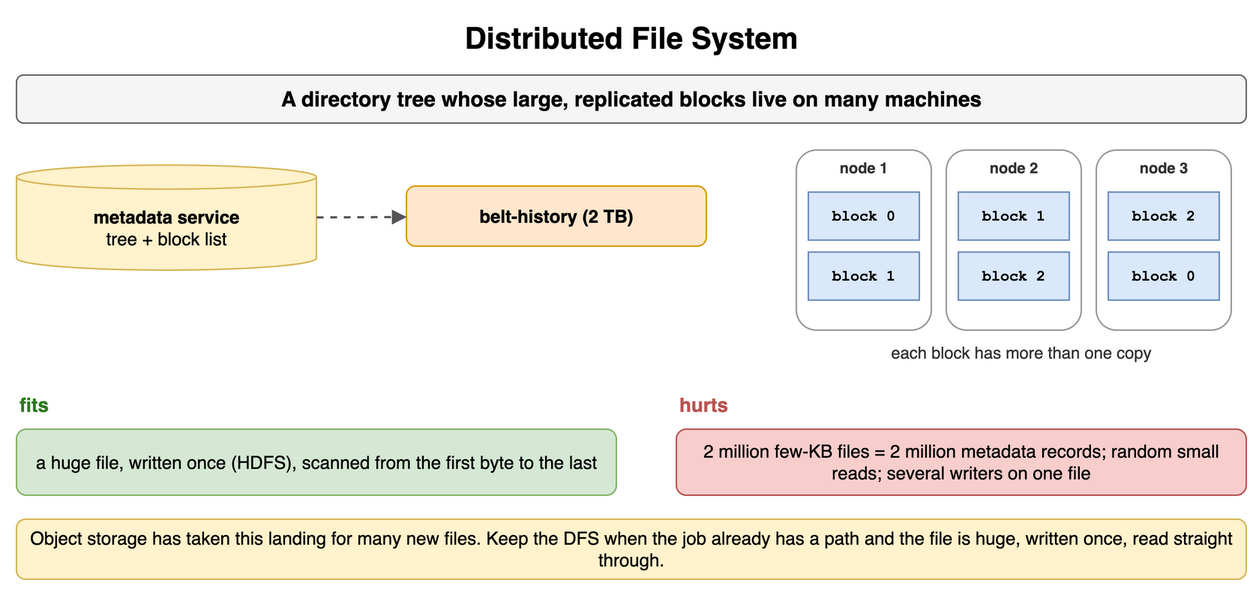
This is content/09_System_Design_Interview/13_Storage_and_Data_Processing_at_Scale/diagrams/storage-processing-3-distributed-file-system.png from amendez13/swe-study-guide, a draw.io export, as it was before one commit. Source tidied: cells renumbered, new cells last; positions are measured from the earlier drawing's top-left corner, leaving out a move shared by most shapes. The source it was exported from:
```xml
<mxGraphModel>
  <root>
    <mxCell id="0" />
    <mxCell id="1" parent="0" />
    <mxCell id="2" value="Distributed File System" style="text;html=1;align=center;verticalAlign=middle;whiteSpace=wrap;fontSize=20;fontStyle=1;" parent="1" vertex="1">
      <mxGeometry width="820" height="30" as="geometry" />
    </mxCell>
    <mxCell id="3" value="A directory tree whose large, replicated blocks live on many machines" style="rounded=1;whiteSpace=wrap;html=1;fillColor=#f5f5f5;strokeColor=#666666;fontStyle=1;fontSize=14;" parent="1" vertex="1">
      <mxGeometry y="40" width="820" height="32" as="geometry" />
    </mxCell>
    <mxCell id="4" value="metadata service&lt;br&gt;&lt;span style='font-weight:normal'&gt;tree + block list&lt;/span&gt;" style="shape=cylinder3;whiteSpace=wrap;html=1;boundedLbl=1;backgroundOutline=1;size=8;fillColor=#fff2cc;strokeColor=#d6b656;fontStyle=1;fontSize=12;" parent="1" vertex="1">
      <mxGeometry y="100" width="200" height="70" as="geometry" />
    </mxCell>
    <mxCell id="5" value="belt-history (2 TB)" style="rounded=1;whiteSpace=wrap;html=1;fillColor=#ffe6cc;strokeColor=#d79b00;fontSize=12;align=center;fontStyle=1;" parent="1" vertex="1">
      <mxGeometry x="260" y="114" width="200" height="40" as="geometry" />
    </mxCell>
    <mxCell id="6" style="endArrow=block;endSize=6;html=1;strokeWidth=1.5;strokeColor=#555555;fontSize=11;labelBackgroundColor=#ffffff;dashed=1;" parent="1" edge="1" source="4" target="5">
      <mxGeometry relative="1" as="geometry" />
    </mxCell>
    <mxCell id="7" style="rounded=1;whiteSpace=wrap;html=1;fillColor=#ffffff;strokeColor=#999999;fontSize=12;align=center;fontStyle=1;" parent="1" vertex="1">
      <mxGeometry x="520" y="90" width="90" height="120" as="geometry" />
    </mxCell>
    <mxCell id="8" value="node 1" style="text;html=1;whiteSpace=wrap;fontSize=11;align=center;verticalAlign=middle;fontSize=10;fontColor=#333333;fontStyle=1;" parent="1" vertex="1">
      <mxGeometry x="520" y="94" width="90" height="16" as="geometry" />
    </mxCell>
    <mxCell id="9" value="block 0" style="rounded=0;whiteSpace=wrap;html=1;fontFamily=Courier New;fontStyle=1;fontSize=13;fillColor=#dae8fc;strokeColor=#6c8ebf;fontSize=10;" parent="1" vertex="1">
      <mxGeometry x="528" y="118" width="74" height="32" as="geometry" />
    </mxCell>
    <mxCell id="10" value="block 1" style="rounded=0;whiteSpace=wrap;html=1;fontFamily=Courier New;fontStyle=1;fontSize=13;fillColor=#dae8fc;strokeColor=#6c8ebf;fontSize=10;" parent="1" vertex="1">
      <mxGeometry x="528" y="158" width="74" height="32" as="geometry" />
    </mxCell>
    <mxCell id="11" style="rounded=1;whiteSpace=wrap;html=1;fillColor=#ffffff;strokeColor=#999999;fontSize=12;align=center;fontStyle=1;" parent="1" vertex="1">
      <mxGeometry x="620" y="90" width="90" height="120" as="geometry" />
    </mxCell>
    <mxCell id="12" value="node 2" style="text;html=1;whiteSpace=wrap;fontSize=11;align=center;verticalAlign=middle;fontSize=10;fontColor=#333333;fontStyle=1;" parent="1" vertex="1">
      <mxGeometry x="620" y="94" width="90" height="16" as="geometry" />
    </mxCell>
    <mxCell id="13" value="block 1" style="rounded=0;whiteSpace=wrap;html=1;fontFamily=Courier New;fontStyle=1;fontSize=13;fillColor=#dae8fc;strokeColor=#6c8ebf;fontSize=10;" parent="1" vertex="1">
      <mxGeometry x="628" y="118" width="74" height="32" as="geometry" />
    </mxCell>
    <mxCell id="14" value="block 2" style="rounded=0;whiteSpace=wrap;html=1;fontFamily=Courier New;fontStyle=1;fontSize=13;fillColor=#dae8fc;strokeColor=#6c8ebf;fontSize=10;" parent="1" vertex="1">
      <mxGeometry x="628" y="158" width="74" height="32" as="geometry" />
    </mxCell>
    <mxCell id="15" style="rounded=1;whiteSpace=wrap;html=1;fillColor=#ffffff;strokeColor=#999999;fontSize=12;align=center;fontStyle=1;" parent="1" vertex="1">
      <mxGeometry x="720" y="90" width="90" height="120" as="geometry" />
    </mxCell>
    <mxCell id="16" value="node 3" style="text;html=1;whiteSpace=wrap;fontSize=11;align=center;verticalAlign=middle;fontSize=10;fontColor=#333333;fontStyle=1;" parent="1" vertex="1">
      <mxGeometry x="720" y="94" width="90" height="16" as="geometry" />
    </mxCell>
    <mxCell id="17" value="block 2" style="rounded=0;whiteSpace=wrap;html=1;fontFamily=Courier New;fontStyle=1;fontSize=13;fillColor=#dae8fc;strokeColor=#6c8ebf;fontSize=10;" parent="1" vertex="1">
      <mxGeometry x="728" y="118" width="74" height="32" as="geometry" />
    </mxCell>
    <mxCell id="18" value="block 0" style="rounded=0;whiteSpace=wrap;html=1;fontFamily=Courier New;fontStyle=1;fontSize=13;fillColor=#dae8fc;strokeColor=#6c8ebf;fontSize=10;" parent="1" vertex="1">
      <mxGeometry x="728" y="158" width="74" height="32" as="geometry" />
    </mxCell>
    <mxCell id="19" value="each block has more than one copy" style="text;html=1;whiteSpace=wrap;fontSize=11;align=center;verticalAlign=middle;fontSize=11;fontColor=#333333;" parent="1" vertex="1">
      <mxGeometry x="520" y="216" width="300" height="18" as="geometry" />
    </mxCell>
    <mxCell id="20" value="fits" style="text;html=1;whiteSpace=wrap;fontSize=11;align=left;verticalAlign=middle;fontSize=13;fontColor=#2d7a1f;fontStyle=1;" parent="1" vertex="1">
      <mxGeometry y="250" width="400" height="20" as="geometry" />
    </mxCell>
    <mxCell id="21" value="hurts" style="text;html=1;whiteSpace=wrap;fontSize=11;align=left;verticalAlign=middle;fontSize=13;fontColor=#b85450;fontStyle=1;" parent="1" vertex="1">
      <mxGeometry x="440" y="250" width="380" height="20" as="geometry" />
    </mxCell>
    <mxCell id="22" value="a huge file, written once (HDFS), scanned from the first byte to the last" style="rounded=1;whiteSpace=wrap;html=1;fillColor=#d5e8d4;strokeColor=#82b366;fontSize=12;align=center;" parent="1" vertex="1">
      <mxGeometry y="276" width="400" height="44" as="geometry" />
    </mxCell>
    <mxCell id="23" value="2 million few-KB files = 2 million metadata records; random small reads; several writers on one file" style="rounded=1;whiteSpace=wrap;html=1;fillColor=#f8cecc;strokeColor=#b85450;fontSize=12;align=center;" parent="1" vertex="1">
      <mxGeometry x="440" y="276" width="380" height="44" as="geometry" />
    </mxCell>
    <mxCell id="24" value="Object storage has taken this landing for many new files. Keep the DFS when the job already has a path and the file is huge, written once, read straight through." style="rounded=1;whiteSpace=wrap;html=1;fillColor=#fff2cc;strokeColor=#d6b656;fontSize=12;align=center;" parent="1" vertex="1">
      <mxGeometry y="336" width="820" height="40" as="geometry" />
    </mxCell>
  </root>
</mxGraphModel>
```
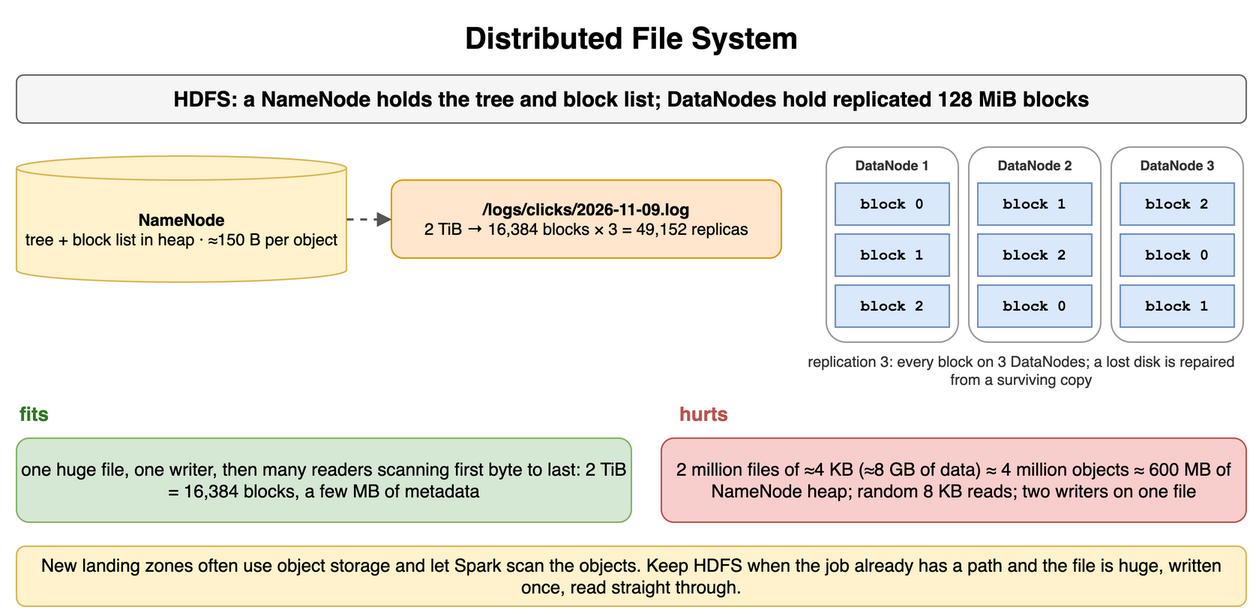
Later version of the same file.

What changed in the source:
```diff
@@ -5,71 +5,80 @@
     <mxCell id="2" value="Distributed File System" style="text;html=1;align=center;verticalAlign=middle;whiteSpace=wrap;fontSize=20;fontStyle=1;" parent="1" vertex="1">
       <mxGeometry width="820" height="30" as="geometry" />
     </mxCell>
-    <mxCell id="3" value="A directory tree whose large, replicated blocks live on many machines" style="rounded=1;whiteSpace=wrap;html=1;fillColor=#f5f5f5;strokeColor=#666666;fontStyle=1;fontSize=14;" parent="1" vertex="1">
+    <mxCell id="3" value="HDFS: a NameNode holds the tree and block list; DataNodes hold replicated 128 MiB blocks" style="rounded=1;whiteSpace=wrap;html=1;fillColor=#f5f5f5;strokeColor=#666666;fontStyle=1;fontSize=14;" parent="1" vertex="1">
       <mxGeometry y="40" width="820" height="32" as="geometry" />
     </mxCell>
-    <mxCell id="4" value="metadata service&lt;br&gt;&lt;span style='font-weight:normal'&gt;tree + block list&lt;/span&gt;" style="shape=cylinder3;whiteSpace=wrap;html=1;boundedLbl=1;backgroundOutline=1;size=8;fillColor=#fff2cc;strokeColor=#d6b656;fontStyle=1;fontSize=12;" parent="1" vertex="1">
-      <mxGeometry y="100" width="200" height="70" as="geometry" />
+    <mxCell id="4" value="NameNode&lt;br&gt;&lt;span style='font-weight:normal'&gt;tree + block list in heap · ≈150 B per object&lt;/span&gt;" style="shape=cylinder3;whiteSpace=wrap;html=1;boundedLbl=1;backgroundOutline=1;size=8;fillColor=#fff2cc;strokeColor=#d6b656;fontStyle=1;fontSize=11;" parent="1" vertex="1">
+      <mxGeometry y="94" width="220" height="84" as="geometry" />
     </mxCell>
-    <mxCell id="5" value="belt-history (2 TB)" style="rounded=1;whiteSpace=wrap;html=1;fillColor=#ffe6cc;strokeColor=#d79b00;fontSize=12;align=center;fontStyle=1;" parent="1" vertex="1">
-      <mxGeometry x="260" y="114" width="200" height="40" as="geometry" />
+    <mxCell id="5" value="/logs/clicks/2026-11-09.log&lt;br&gt;&lt;span style='font-weight:normal'&gt;2 TiB → 16,384 blocks × 3 = 49,152 replicas&lt;/span&gt;" style="rounded=1;whiteSpace=wrap;html=1;fillColor=#ffe6cc;strokeColor=#d79b00;fontSize=11;align=center;fontStyle=1;" parent="1" vertex="1">
+      <mxGeometry x="250" y="110" width="260" height="52" as="geometry" />
     </mxCell>
     <mxCell id="6" style="endArrow=block;endSize=6;html=1;strokeWidth=1.5;strokeColor=#555555;fontSize=11;labelBackgroundColor=#ffffff;dashed=1;" parent="1" edge="1" source="4" target="5">
       <mxGeometry relative="1" as="geometry" />
     </mxCell>
     <mxCell id="7" style="rounded=1;whiteSpace=wrap;html=1;fillColor=#ffffff;strokeColor=#999999;fontSize=12;align=center;fontStyle=1;" parent="1" vertex="1">
-      <mxGeometry x="520" y="90" width="90" height="120" as="geometry" />
+      <mxGeometry x="540" y="88" width="88" height="130" as="geometry" />
     </mxCell>
-    <mxCell id="8" value="node 1" style="text;html=1;whiteSpace=wrap;fontSize=11;align=center;verticalAlign=middle;fontSize=10;fontColor=#333333;fontStyle=1;" parent="1" vertex="1">
-      <mxGeometry x="520" y="94" width="90" height="16" as="geometry" />
+    <mxCell id="8" value="DataNode 1" style="text;html=1;whiteSpace=wrap;fontSize=11;align=center;verticalAlign=middle;fontSize=9;fontColor=#333333;fontStyle=1;" parent="1" vertex="1">
+      <mxGeometry x="540" y="92" width="88" height="16" as="geometry" />
     </mxCell>
     <mxCell id="9" value="block 0" style="rounded=0;whiteSpace=wrap;html=1;fontFamily=Courier New;fontStyle=1;fontSize=13;fillColor=#dae8fc;strokeColor=#6c8ebf;fontSize=10;" parent="1" vertex="1">
-      <mxGeometry x="528" y="118" width="74" height="32" as="geometry" />
+      <mxGeometry x="546" y="112" width="76" height="28" as="geometry" />
     </mxCell>
     <mxCell id="10" value="block 1" style="rounded=0;whiteSpace=wrap;html=1;fontFamily=Courier New;fontStyle=1;fontSize=13;fillColor=#dae8fc;strokeColor=#6c8ebf;fontSize=10;" parent="1" vertex="1">
-      <mxGeometry x="528" y="158" width="74" height="32" as="geometry" />
+      <mxGeometry x="546" y="146" width="76" height="28" as="geometry" />
     </mxCell>
-    <mxCell id="11" style="rounded=1;whiteSpace=wrap;html=1;fillColor=#ffffff;strokeColor=#999999;fontSize=12;align=center;fontStyle=1;" parent="1" vertex="1">
-      <mxGeometry x="620" y="90" width="90" height="120" as="geometry" />
+    <mxCell id="11" value="block 2" style="rounded=0;whiteSpace=wrap;html=1;fontFamily=Courier New;fontStyle=1;fontSize=13;fillColor=#dae8fc;strokeColor=#6c8ebf;fontSize=10;" parent="1" vertex="1">
+      <mxGeometry x="546" y="180" width="76" height="28" as="geometry" />
     </mxCell>
-    <mxCell id="12" value="node 2" style="text;html=1;whiteSpace=wrap;fontSize=11;align=center;verticalAlign=middle;fontSize=10;fontColor=#333333;fontStyle=1;" parent="1" vertex="1">
-      <mxGeometry x="620" y="94" width="90" height="16" as="geometry" />
+    <mxCell id="12" style="rounded=1;whiteSpace=wrap;html=1;fillColor=#ffffff;strokeColor=#999999;fontSize=12;align=center;fontStyle=1;" parent="1" vertex="1">
+      <mxGeometry x="635" y="88" width="88" height="130" as="geometry" />
     </mxCell>
-    <mxCell id="13" value="block 1" style="rounded=0;whiteSpace=wrap;html=1;fontFamily=Courier New;fontStyle=1;fontSize=13;fillColor=#dae8fc;strokeColor=#6c8ebf;fontSize=10;" parent="1" vertex="1">
-      <mxGeometry x="628" y="118" width="74" height="32" as="geometry" />
+    <mxCell id="13" value="DataNode 2" style="text;html=1;whiteSpace=wrap;fontSize=11;align=center;verticalAlign=middle;fontSize=9;fontColor=#333333;fontStyle=1;" parent="1" vertex="1">
+      <mxGeometry x="635" y="92" width="88" height="16" as="geometry" />
     </mxCell>
-    <mxCell id="14" value="block 2" style="rounded=0;whiteSpace=wrap;html=1;fontFamily=Courier New;fontStyle=1;fontSize=13;fillColor=#dae8fc;strokeColor=#6c8ebf;fontSize=10;" parent="1" vertex="1">
-      <mxGeometry x="628" y="158" width="74" height="32" as="geometry" />
+    <mxCell id="14" value="block 1" style="rounded=0;whiteSpace=wrap;html=1;fontFamily=Courier New;fontStyle=1;fontSize=13;fillColor=#dae8fc;strokeColor=#6c8ebf;fontSize=10;" parent="1" vertex="1">
+      <mxGeometry x="641" y="112" width="76" height="28" as="geometry" />
     </mxCell>
-    <mxCell id="15" style="rounded=1;whiteSpace=wrap;html=1;fillColor=#ffffff;strokeColor=#999999;fontSize=12;align=center;fontStyle=1;" parent="1" vertex="1">
-      <mxGeometry x="720" y="90" width="90" height="120" as="geometry" />
+    <mxCell id="15" value="block 2" style="rounded=0;whiteSpace=wrap;html=1;fontFamily=Courier New;fontStyle=1;fontSize=13;fillColor=#dae8fc;strokeColor=#6c8ebf;fontSize=10;" parent="1" vertex="1">
+      <mxGeometry x="641" y="146" width="76" height="28" as="geometry" />
     </mxCell>
-    <mxCell id="16" value="node 3" style="text;html=1;whiteSpace=wrap;fontSize=11;align=center;verticalAlign=middle;fontSize=10;fontColor=#333333;fontStyle=1;" parent="1" vertex="1">
-      <mxGeometry x="720" y="94" width="90" height="16" as="geometry" />
+    <mxCell id="16" value="block 0" style="rounded=0;whiteSpace=wrap;html=1;fontFamily=Courier New;fontStyle=1;fontSize=13;fillColor=#dae8fc;strokeColor=#6c8ebf;fontSize=10;" parent="1" vertex="1">
+      <mxGeometry x="641" y="180" width="76" height="28" as="geometry" />
     </mxCell>
-    <mxCell id="17" value="block 2" style="rounded=0;whiteSpace=wrap;html=1;fontFamily=Courier New;fontStyle=1;fontSize=13;fillColor=#dae8fc;strokeColor=#6c8ebf;fontSize=10;" parent="1" vertex="1">
-      <mxGeometry x="728" y="118" width="74" height="32" as="geometry" />
+    <mxCell id="17" style="rounded=1;whiteSpace=wrap;html=1;fillColor=#ffffff;strokeColor=#999999;fontSize=12;align=center;fontStyle=1;" parent="1" vertex="1">
+      <mxGeometry x="730" y="88" width="88" height="130" as="geometry" />
     </mxCell>
-    <mxCell id="18" value="block 0" style="rounded=0;whiteSpace=wrap;html=1;fontFamily=Courier New;fontStyle=1;fontSize=13;fillColor=#dae8fc;strokeColor=#6c8ebf;fontSize=10;" parent="1" vertex="1">
-      <mxGeometry x="728" y="158" width="74" height="32" as="geometry" />
+    <mxCell id="18" value="DataNode 3" style="text;html=1;whiteSpace=wrap;fontSize=11;align=center;verticalAlign=middle;fontSize=9;fontColor=#333333;fontStyle=1;" parent="1" vertex="1">
+      <mxGeometry x="730" y="92" width="88" height="16" as="geometry" />
     </mxCell>
-    <mxCell id="19" value="each block has more than one copy" style="text;html=1;whiteSpace=wrap;fontSize=11;align=center;verticalAlign=middle;fontSize=11;fontColor=#333333;" parent="1" vertex="1">
-      <mxGeometry x="520" y="216" width="300" height="18" as="geometry" />
+    <mxCell id="19" value="block 2" style="rounded=0;whiteSpace=wrap;html=1;fontFamily=Courier New;fontStyle=1;fontSize=13;fillColor=#dae8fc;strokeColor=#6c8ebf;fontSize=10;" parent="1" vertex="1">
+      <mxGeometry x="736" y="112" width="76" height="28" as="geometry" />
     </mxCell>
-    <mxCell id="20" value="fits" style="text;html=1;whiteSpace=wrap;fontSize=11;align=left;verticalAlign=middle;fontSize=13;fontColor=#2d7a1f;fontStyle=1;" parent="1" vertex="1">
-      <mxGeometry y="250" width="400" height="20" as="geometry" />
+    <mxCell id="20" value="block 0" style="rounded=0;whiteSpace=wrap;html=1;fontFamily=Courier New;fontStyle=1;fontSize=13;fillColor=#dae8fc;strokeColor=#6c8ebf;fontSize=10;" parent="1" vertex="1">
+      <mxGeometry x="736" y="146" width="76" height="28" as="geometry" />
     </mxCell>
-    <mxCell id="21" value="hurts" style="text;html=1;whiteSpace=wrap;fontSize=11;align=left;verticalAlign=middle;fontSize=13;fontColor=#b85450;fontStyle=1;" parent="1" vertex="1">
-      <mxGeometry x="440" y="250" width="380" height="20" as="geometry" />
+    <mxCell id="21" value="block 1" style="rounded=0;whiteSpace=wrap;html=1;fontFamily=Courier New;fontStyle=1;fontSize=13;fillColor=#dae8fc;strokeColor=#6c8ebf;fontSize=10;" parent="1" vertex="1">
+      <mxGeometry x="736" y="180" width="76" height="28" as="geometry" />
     </mxCell>
-    <mxCell id="22" value="a huge file, written once (HDFS), scanned from the first byte to the last" style="rounded=1;whiteSpace=wrap;html=1;fillColor=#d5e8d4;strokeColor=#82b366;fontSize=12;align=center;" parent="1" vertex="1">
-      <mxGeometry y="276" width="400" height="44" as="geometry" />
+    <mxCell id="22" value="replication 3: every block on 3 DataNodes; a lost disk is repaired from a surviving copy" style="text;html=1;whiteSpace=wrap;fontSize=11;align=center;verticalAlign=middle;fontSize=10;fontColor=#333333;" parent="1" vertex="1">
+      <mxGeometry x="520" y="222" width="300" height="30" as="geometry" />
     </mxCell>
-    <mxCell id="23" value="2 million few-KB files = 2 million metadata records; random small reads; several writers on one file" style="rounded=1;whiteSpace=wrap;html=1;fillColor=#f8cecc;strokeColor=#b85450;fontSize=12;align=center;" parent="1" vertex="1">
-      <mxGeometry x="440" y="276" width="380" height="44" as="geometry" />
+    <mxCell id="23" value="fits" style="text;html=1;whiteSpace=wrap;fontSize=11;align=left;verticalAlign=middle;fontSize=13;fontColor=#2d7a1f;fontStyle=1;" parent="1" vertex="1">
+      <mxGeometry y="256" width="400" height="20" as="geometry" />
     </mxCell>
-    <mxCell id="24" value="Object storage has taken this landing for many new files. Keep the DFS when the job already has a path and the file is huge, written once, read straight through." style="rounded=1;whiteSpace=wrap;html=1;fillColor=#fff2cc;strokeColor=#d6b656;fontSize=12;align=center;" parent="1" vertex="1">
-      <mxGeometry y="336" width="820" height="40" as="geometry" />
+    <mxCell id="24" value="hurts" style="text;html=1;whiteSpace=wrap;fontSize=11;align=left;verticalAlign=middle;fontSize=13;fontColor=#b85450;fontStyle=1;" parent="1" vertex="1">
+      <mxGeometry x="440" y="256" width="380" height="20" as="geometry" />
     </mxCell>
+    <mxCell id="25" value="one huge file, one writer, then many readers scanning first byte to last: 2 TiB = 16,384 blocks, a few MB of metadata" style="rounded=1;whiteSpace=wrap;html=1;fillColor=#d5e8d4;strokeColor=#82b366;fontSize=12;align=center;" parent="1" vertex="1">
+      <mxGeometry y="282" width="410" height="56" as="geometry" />
+    </mxCell>
+    <mxCell id="26" value="2 million files of ≈4 KB (≈8 GB of data) ≈ 4 million objects ≈ 600 MB of NameNode heap; random 8 KB reads; two writers on one file" style="rounded=1;whiteSpace=wrap;html=1;fillColor=#f8cecc;strokeColor=#b85450;fontSize=12;align=center;" parent="1" vertex="1">
+      <mxGeometry x="430" y="282" width="390" height="56" as="geometry" />
+    </mxCell>
+    <mxCell id="27" value="New landing zones often use object storage and let Spark scan the objects. Keep HDFS when the job already has a path and the file is huge, written once, read straight through." style="rounded=1;whiteSpace=wrap;html=1;fillColor=#fff2cc;strokeColor=#d6b656;fontSize=12;align=center;" parent="1" vertex="1">
+      <mxGeometry y="354" width="820" height="40" as="geometry" />
+    </mxCell>
   </root>
 </mxGraphModel>
```
